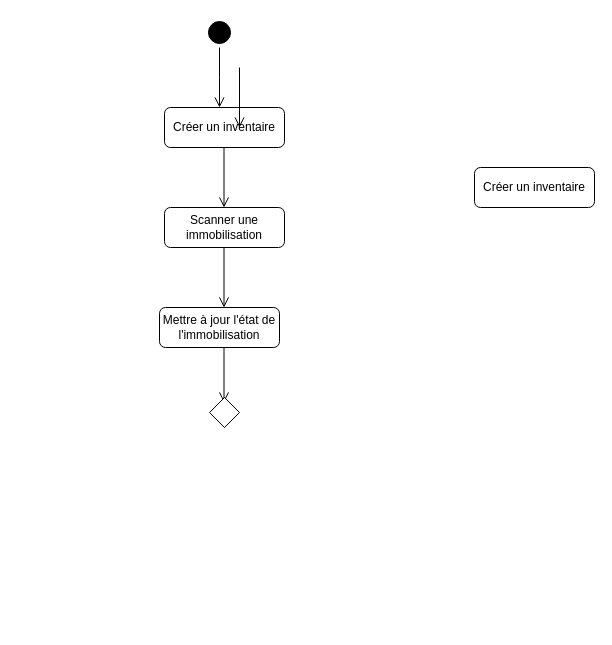
The draw.io diagram newdiagrammeclasse.drawio in Joahnne-25/Folder_Diagramme-soutenance, before the edit. Source tidied: cells renumbered, new cells numbered last; positions are measured from the earlier drawing's top-left corner, leaving out a move shared by most shapes. Both pictures are drawn from the tidied source at 100%, with x=0, y=0 at pixel (159, 17).
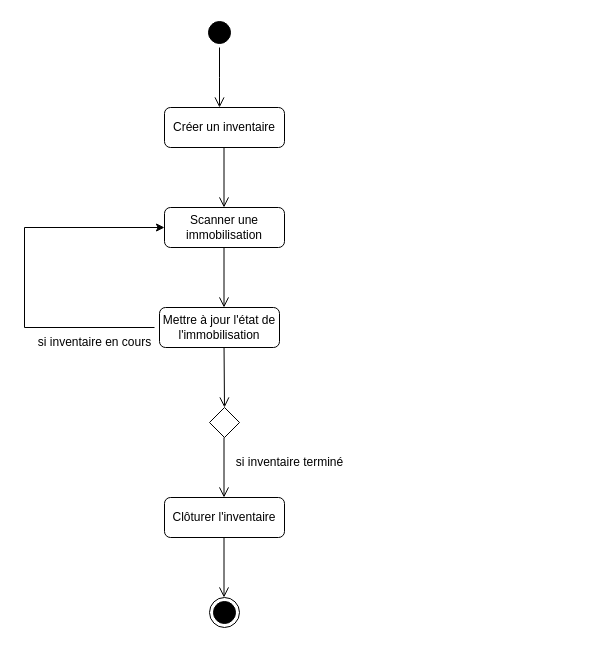
The same diagram, later.

Commit message:
Mettre à jour newdiagrammecréerinventaire.drawio

Unchanged cells that the change refers to:
```xml
<mxCell id="9" value="Scanner une immobilisation" style="rounded=1;whiteSpace=wrap;html=1;" parent="1" vertex="1">
  <mxGeometry x="5" y="190" width="120" height="40" as="geometry" />
</mxCell>
```

Diff of the diagram source:
```diff
@@
     <mxCell id="6" style="edgeStyle=orthogonalEdgeStyle;html=1;verticalAlign=bottom;endArrow=open;endSize=8;strokeColor=#000000;rounded=0;" parent="1" edge="1">
       <mxGeometry relative="1" as="geometry">
-        <mxPoint x="80" y="50" as="sourcePoint" />
-        <mxPoint x="80" y="110" as="targetPoint" />
+        <mxPoint x="64.5" y="420" as="sourcePoint" />
+        <mxPoint x="64.5" y="480" as="targetPoint" />
       </mxGeometry>
     </mxCell>
-    <mxCell id="7" style="edgeStyle=orthogonalEdgeStyle;html=1;verticalAlign=bottom;endArrow=open;endSize=8;strokeColor=#000000;rounded=0;" parent="1" edge="1">
+    <mxCell id="7" style="edgeStyle=orthogonalEdgeStyle;html=1;verticalAlign=bottom;endArrow=open;endSize=8;strokeColor=#000000;rounded=0;entryX=0.5;entryY=0;entryDx=0;entryDy=0;" parent="1" edge="1" target="12">
       <mxGeometry relative="1" as="geometry">
         <mxPoint x="64.5" y="325" as="sourcePoint" />
-        <mxPoint x="64.5" y="385" as="targetPoint" />
       </mxGeometry>
     </mxCell>
@@
-    <mxCell id="11" value="Créer un inventaire" style="rounded=1;whiteSpace=wrap;html=1;" parent="1" vertex="1">
-      <mxGeometry x="315" y="150" width="120" height="40" as="geometry" />
+    <mxCell id="11" value="Clôturer l'inventaire" style="rounded=1;whiteSpace=wrap;html=1;" parent="1" vertex="1">
+      <mxGeometry x="5" y="480" width="120" height="40" as="geometry" />
     </mxCell>
     <mxCell id="12" style="rhombus;whiteSpace=wrap;html=1;" parent="1" vertex="1">
-      <mxGeometry x="50" y="380" width="30" height="30" as="geometry" />
+      <mxGeometry x="50" y="390" width="30" height="30" as="geometry" />
     </mxCell>
+    <mxCell id="13" style="endArrow=classic;html=1;rounded=0;entryX=0;entryY=0.5;entryDx=0;entryDy=0;" parent="1" edge="1" target="9">
+      <mxGeometry relative="1" as="geometry">
+        <mxPoint x="-5" y="310" as="sourcePoint" />
+        <Array as="points">
+          <mxPoint x="-135" y="310" />
+          <mxPoint x="-135" y="210" />
+        </Array>
+      </mxGeometry>
+    </mxCell>
+    <mxCell id="14" value="si inventaire terminé" style="text;html=1;align=center;verticalAlign=middle;strokeColor=none;fillColor=none;" parent="1" vertex="1">
+      <mxGeometry x="65" y="430" width="130" height="30" as="geometry" />
+    </mxCell>
+    <mxCell id="15" value="si inventaire en cours" style="text;html=1;align=center;verticalAlign=middle;strokeColor=none;fillColor=none;" parent="1" vertex="1">
+      <mxGeometry x="-135" y="310" width="140" height="30" as="geometry" />
+    </mxCell>
+    <mxCell id="16" style="ellipse;html=1;shape=endState;fillColor=#000000;strokeColor=#000000;" parent="1" vertex="1">
+      <mxGeometry x="50" y="580" width="30" height="30" as="geometry" />
+    </mxCell>
+    <mxCell id="17" style="edgeStyle=orthogonalEdgeStyle;html=1;verticalAlign=bottom;endArrow=open;endSize=8;strokeColor=#000000;rounded=0;" parent="1" edge="1">
+      <mxGeometry relative="1" as="geometry">
+        <mxPoint x="64.5" y="520" as="sourcePoint" />
+        <mxPoint x="64.5" y="580" as="targetPoint" />
+      </mxGeometry>
+    </mxCell>
```
